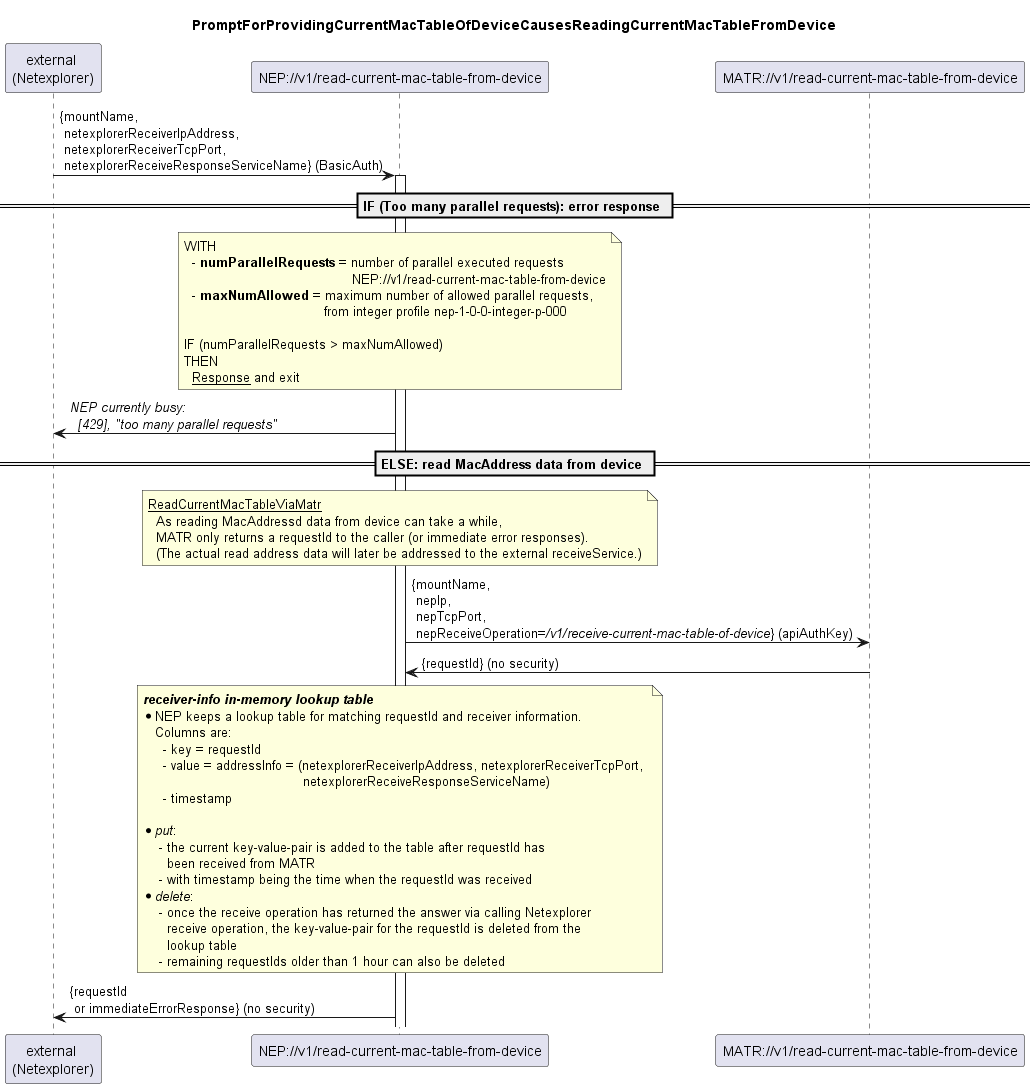
The PlantUML diagram spec/diagrams/002_ReadCurrentMacTableFromDevice.png in openBackhaul/NetExplorerProxy, before a commit.
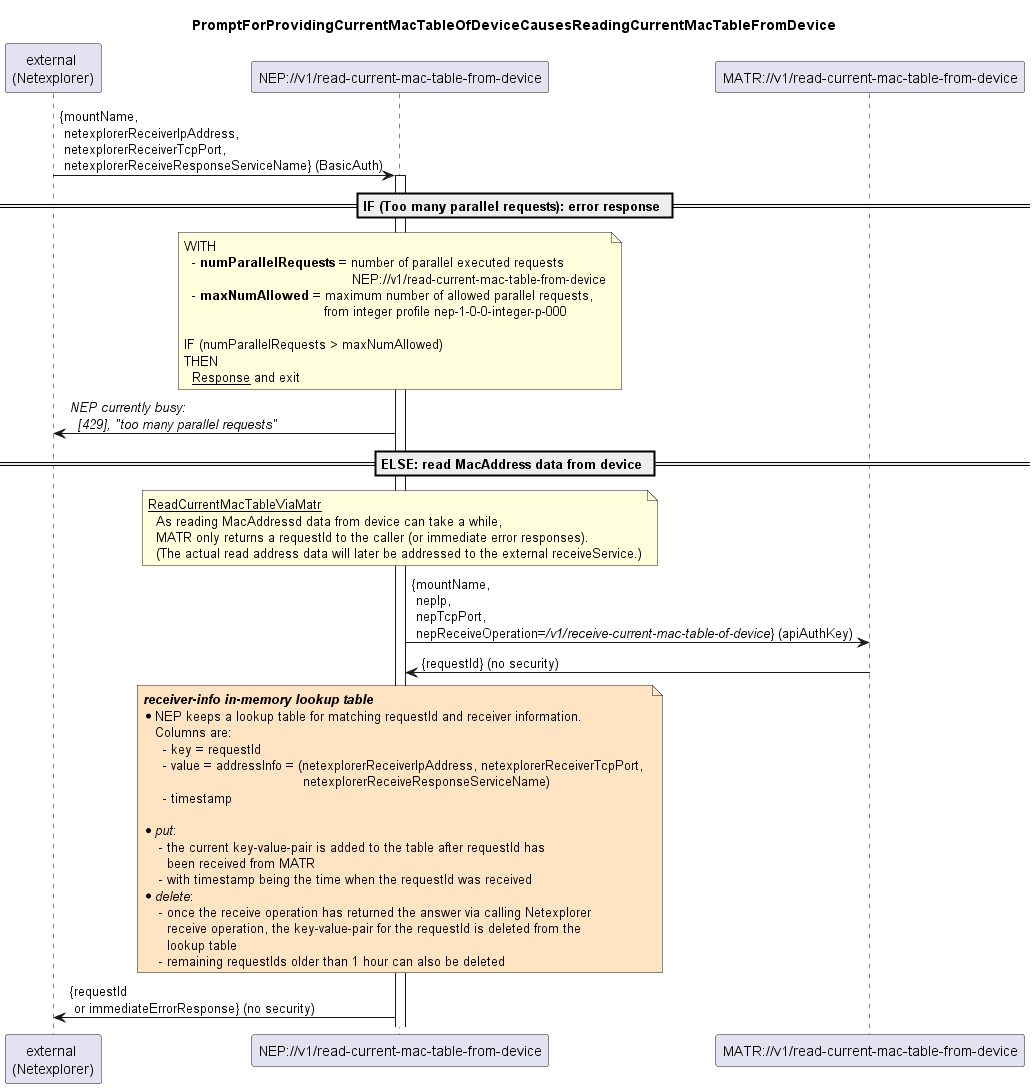
Later version of the same file.

The edit, as a diff of the source:
```diff
@@ -35,7 +35,7 @@
   nep -> matr: {mountName, \n nepIp, \n nepTcpPort, \n nepReceiveOperation=<i>/v1/receive-current-mac-table-of-device</i>} (apiAuthKey)
   matr -> nep: {requestId} (no security)
 
-  note over nep
+  note over nep #bisque
     <i><b>receiver-info in-memory lookup table</b></i>
     * NEP keeps a lookup table for matching requestId and receiver information.
        Columns are:
```
